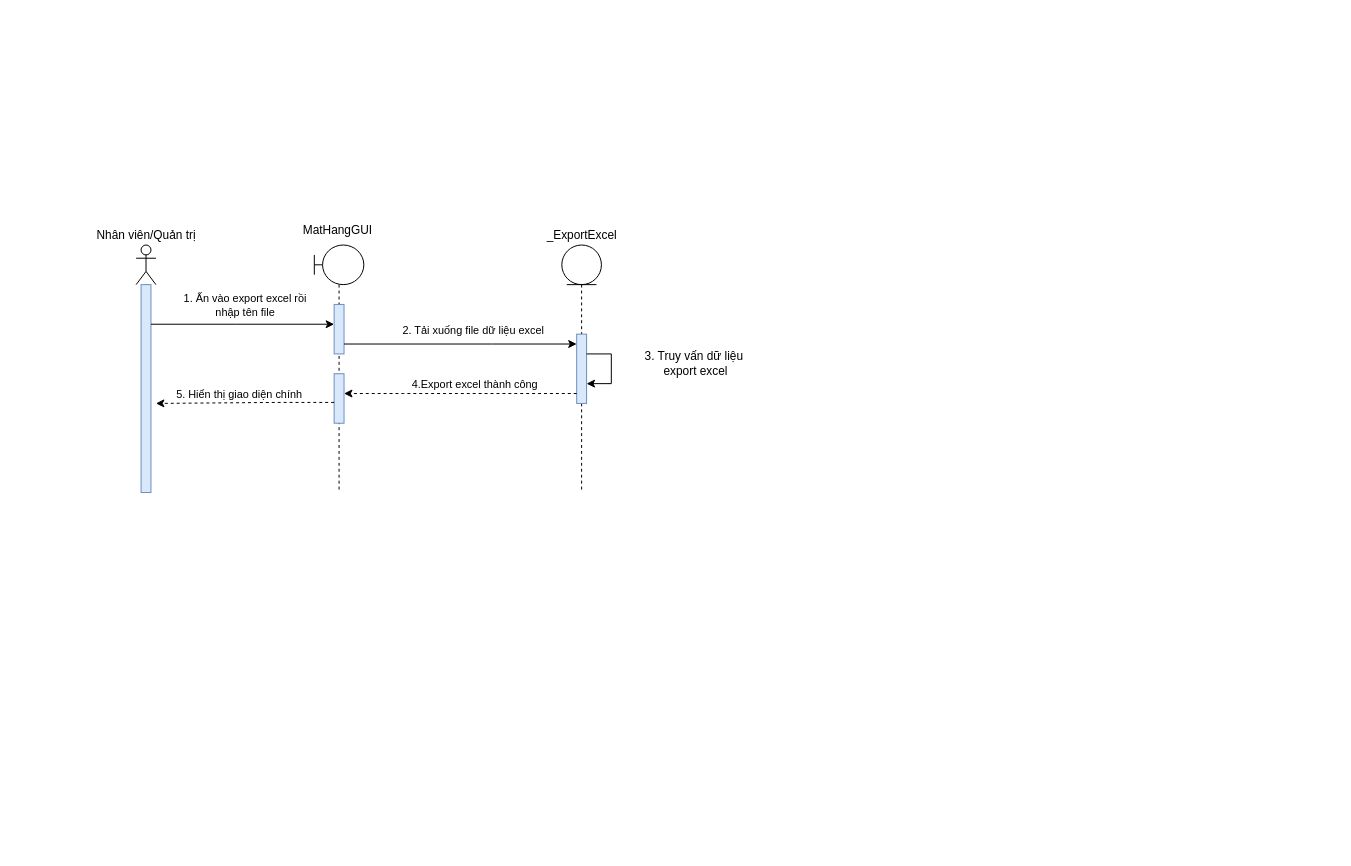
Earlier version of the draw.io diagram Sequence Diagrams/Thái Hùng/SD_XuấtDữLiêuRaExcel.drawio (EdgarIgnite16/OOAD-Project). Source tidied: cells renumbered, new cells numbered last; positions are measured from the earlier drawing's top-left corner, leaving out a move shared by most shapes. Both pictures are drawn from the tidied source at 99%, with x=0, y=0 at pixel (17, 17).
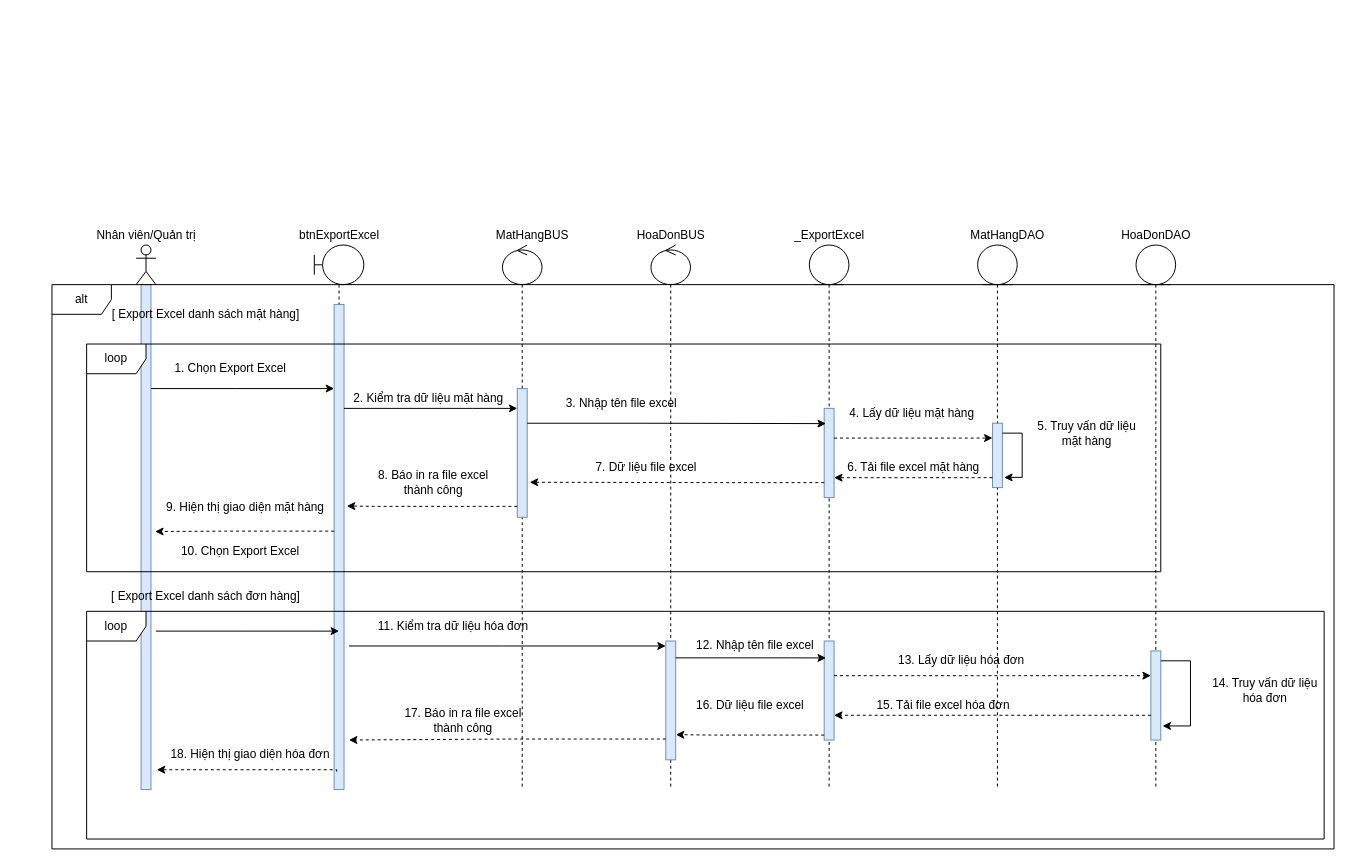
After the change.

What changed in the source:
```diff
@@
     <mxCell id="2" style="shape=umlLifeline;participant=umlActor;perimeter=lifelinePerimeter;whiteSpace=wrap;html=1;verticalAlign=top;spacingTop=36;" parent="1" vertex="1">
-      <mxGeometry x="120" y="230" width="20" height="250" as="geometry" />
+      <mxGeometry x="120" y="230" width="20" height="550" as="geometry" />
     </mxCell>
     <mxCell id="3" style="html=1;points=[];perimeter=orthogonalPerimeter;fillColor=#dae8fc;strokeColor=#6c8ebf;" parent="2" vertex="1">
-      <mxGeometry x="5" y="40" width="10" height="210" as="geometry" />
+      <mxGeometry x="5" y="40" width="10" height="510" as="geometry" />
     </mxCell>
@@
     <mxCell id="5" style="shape=umlLifeline;participant=umlBoundary;perimeter=lifelinePerimeter;whiteSpace=wrap;html=1;verticalAlign=top;spacingTop=36;size=40;" parent="1" vertex="1">
-      <mxGeometry x="300" y="230" width="50" height="250" as="geometry" />
+      <mxGeometry x="300" y="230" width="50" height="550" as="geometry" />
     </mxCell>
     <mxCell id="6" style="html=1;points=[];perimeter=orthogonalPerimeter;fillColor=#dae8fc;strokeColor=#6c8ebf;" parent="5" vertex="1">
-      <mxGeometry x="20" y="60" width="10" height="50" as="geometry" />
+      <mxGeometry x="20" y="60" width="10" height="490" as="geometry" />
     </mxCell>
-    <mxCell id="7" style="html=1;points=[];perimeter=orthogonalPerimeter;fillColor=#dae8fc;strokeColor=#6c8ebf;" parent="5" vertex="1">
-      <mxGeometry x="20" y="130" width="10" height="50" as="geometry" />
-    </mxCell>
-    <mxCell id="8" value="MatHangGUI&amp;nbsp;&lt;br&gt;" style="text;html=1;align=center;verticalAlign=middle;strokeColor=none;fillColor=none;" parent="1" vertex="1">
-      <mxGeometry x="275" y="200" width="100" height="30" as="geometry" />
+    <mxCell id="8" value="btnExportExcel" style="text;html=1;align=center;verticalAlign=middle;strokeColor=none;fillColor=none;" parent="1" vertex="1">
+      <mxGeometry x="275" y="205" width="100" height="30" as="geometry" />
     </mxCell>
     <mxCell id="9" style="shape=umlLifeline;participant=umlEntity;perimeter=lifelinePerimeter;whiteSpace=wrap;html=1;verticalAlign=top;spacingTop=36;" parent="1" vertex="1">
-      <mxGeometry x="550" y="230" width="40" height="250" as="geometry" />
+      <mxGeometry x="800" y="230" width="40" height="550" as="geometry" />
     </mxCell>
-    <mxCell id="10" style="html=1;points=[];perimeter=orthogonalPerimeter;fillColor=#dae8fc;strokeColor=#6c8ebf;" parent="9" vertex="1">
-      <mxGeometry x="15" y="90" width="10" height="70" as="geometry" />
-    </mxCell>
-    <mxCell id="11" style="edgeStyle=orthogonalEdgeStyle;rounded=0;orthogonalLoop=1;jettySize=auto;html=1;" parent="9" edge="1" source="10" target="10">
-      <mxGeometry relative="1" as="geometry">
-        <Array as="points">
-          <mxPoint x="50" y="110" />
-          <mxPoint x="50" y="140" />
-        </Array>
-      </mxGeometry>
-    </mxCell>
+    <mxCell id="23" style="html=1;points=[];perimeter=orthogonalPerimeter;fillColor=#dae8fc;strokeColor=#6c8ebf;" parent="9" vertex="1">
+      <mxGeometry x="15" y="165" width="10" height="90" as="geometry" />
+    </mxCell>
+    <mxCell id="24" style="html=1;points=[];perimeter=orthogonalPerimeter;fillColor=#dae8fc;strokeColor=#6c8ebf;" parent="9" vertex="1">
+      <mxGeometry x="15" y="400" width="10" height="100" as="geometry" />
+    </mxCell>
     <mxCell id="12" value="_ExportExcel" style="text;html=1;align=center;verticalAlign=middle;strokeColor=none;fillColor=none;" parent="1" vertex="1">
-      <mxGeometry x="525" y="210" width="90" height="20" as="geometry" />
+      <mxGeometry x="775" y="210" width="90" height="20" as="geometry" />
     </mxCell>
-    <mxCell id="13" style="edgeStyle=orthogonalEdgeStyle;rounded=0;jettySize=auto;html=1;" parent="1" edge="1" source="3" target="6">
+    <mxCell id="13" style="edgeStyle=orthogonalEdgeStyle;rounded=0;orthogonalLoop=1;jettySize=auto;html=1;" parent="1" edge="1">
       <mxGeometry relative="1" as="geometry">
+        <mxPoint x="135" y="375" as="sourcePoint" />
+        <mxPoint x="320" y="375" as="targetPoint" />
         <Array as="points">
-          <mxPoint x="220" y="310" />
-          <mxPoint x="220" y="310" />
+          <mxPoint x="220" y="375" />
+          <mxPoint x="220" y="375" />
         </Array>
       </mxGeometry>
     </mxCell>
-    <mxCell id="14" value="1. Ấn vào export excel rồi&lt;br&gt;nhập tên file" style="edgeLabel;html=1;align=center;verticalAlign=middle;" parent="13" vertex="1">
-      <mxGeometry x="-0.64" y="1" relative="1" as="geometry">
-        <mxPoint x="61" y="-19" as="offset" />
-      </mxGeometry>
-    </mxCell>
-    <mxCell id="15" style="edgeStyle=orthogonalEdgeStyle;rounded=0;jettySize=auto;html=1;" parent="1" edge="1" source="6" target="10">
-      <mxGeometry relative="1" as="geometry">
-        <Array as="points">
-          <mxPoint x="480" y="330" />
-          <mxPoint x="480" y="330" />
-        </Array>
-      </mxGeometry>
-    </mxCell>
-    <mxCell id="16" value="2. Tải xuống file dữ liệu excel&amp;nbsp;" style="edgeLabel;html=1;align=center;verticalAlign=middle;" parent="15" vertex="1">
-      <mxGeometry x="-0.17" y="4" relative="1" as="geometry">
-        <mxPoint x="33" y="-11" as="offset" />
-      </mxGeometry>
-    </mxCell>
-    <mxCell id="17" value="3. Truy vấn dữ liệu&amp;nbsp;&lt;br&gt;export excel" style="text;html=1;align=center;verticalAlign=middle;strokeColor=none;fillColor=none;" parent="1" vertex="1">
-      <mxGeometry x="620" y="330" width="130" height="40" as="geometry" />
-    </mxCell>
-    <mxCell id="18" style="edgeStyle=orthogonalEdgeStyle;rounded=0;jettySize=auto;html=1;dashed=1;" parent="1" edge="1" source="10" target="7">
-      <mxGeometry relative="1" as="geometry">
-        <Array as="points">
-          <mxPoint x="390" y="380" />
-          <mxPoint x="390" y="380" />
-        </Array>
-      </mxGeometry>
-    </mxCell>
-    <mxCell id="19" value="4.Export excel thành công" style="edgeLabel;html=1;align=center;verticalAlign=middle;" parent="18" vertex="1">
-      <mxGeometry x="0.11" relative="1" as="geometry">
-        <mxPoint x="26" y="-10" as="offset" />
-      </mxGeometry>
-    </mxCell>
-    <mxCell id="20" style="edgeStyle=orthogonalEdgeStyle;rounded=0;jettySize=auto;html=1;dashed=1;" parent="1" edge="1" source="7">
-      <mxGeometry relative="1" as="geometry">
-        <mxPoint x="140" y="390" as="targetPoint" />
-        <Array as="points">
-          <mxPoint x="260" y="389" />
-          <mxPoint x="260" y="389" />
-        </Array>
-      </mxGeometry>
-    </mxCell>
-    <mxCell id="21" value="5. Hiển thị giao diện chính" style="edgeLabel;html=1;align=center;verticalAlign=middle;" parent="20" vertex="1">
-      <mxGeometry x="0.19" y="2" relative="1" as="geometry">
-        <mxPoint x="10" y="-11" as="offset" />
-      </mxGeometry>
-    </mxCell>
@@
+    <mxCell id="25" style="shape=umlLifeline;participant=umlEntity;perimeter=lifelinePerimeter;whiteSpace=wrap;html=1;verticalAlign=top;spacingTop=36;" parent="1" vertex="1">
+      <mxGeometry x="970" y="230" width="40" height="550" as="geometry" />
+    </mxCell>
+    <mxCell id="26" style="html=1;points=[];perimeter=orthogonalPerimeter;fillColor=#dae8fc;strokeColor=#6c8ebf;" parent="25" vertex="1">
+      <mxGeometry x="15" y="180" width="10" height="65" as="geometry" />
+    </mxCell>
+    <mxCell id="27" style="edgeStyle=orthogonalEdgeStyle;rounded=0;orthogonalLoop=1;jettySize=auto;html=1;entryX=1.18;entryY=0.842;entryDx=0;entryDy=0;entryPerimeter=0;" parent="25" edge="1" source="26" target="26">
+      <mxGeometry relative="1" as="geometry">
+        <Array as="points">
+          <mxPoint x="45" y="190" />
+          <mxPoint x="45" y="235" />
+          <mxPoint x="27" y="235" />
+        </Array>
+      </mxGeometry>
+    </mxCell>
+    <mxCell id="28" value="HoaDonDAO" style="text;html=1;align=center;verticalAlign=middle;strokeColor=none;fillColor=none;" parent="1" vertex="1">
+      <mxGeometry x="1105" y="205" width="90" height="30" as="geometry" />
+    </mxCell>
+    <mxCell id="29" style="shape=umlLifeline;participant=umlEntity;perimeter=lifelinePerimeter;whiteSpace=wrap;html=1;verticalAlign=top;spacingTop=36;" parent="1" vertex="1">
+      <mxGeometry x="1130" y="230" width="40" height="550" as="geometry" />
+    </mxCell>
+    <mxCell id="30" style="html=1;points=[];perimeter=orthogonalPerimeter;fillColor=#dae8fc;strokeColor=#6c8ebf;" parent="29" vertex="1">
+      <mxGeometry x="15" y="410" width="10" height="90" as="geometry" />
+    </mxCell>
+    <mxCell id="31" style="edgeStyle=orthogonalEdgeStyle;rounded=0;orthogonalLoop=1;jettySize=auto;html=1;entryX=1.18;entryY=0.842;entryDx=0;entryDy=0;entryPerimeter=0;" parent="29" edge="1" source="30" target="30">
+      <mxGeometry relative="1" as="geometry">
+        <Array as="points">
+          <mxPoint x="55" y="420" />
+          <mxPoint x="55" y="486" />
+        </Array>
+      </mxGeometry>
+    </mxCell>
+    <mxCell id="32" value="MatHangDAO" style="text;html=1;align=center;verticalAlign=middle;strokeColor=none;fillColor=none;" parent="1" vertex="1">
+      <mxGeometry x="950" y="205" width="100" height="30" as="geometry" />
+    </mxCell>
+    <mxCell id="33" style="shape=umlLifeline;participant=umlControl;perimeter=lifelinePerimeter;whiteSpace=wrap;html=1;verticalAlign=top;spacingTop=36;" parent="1" vertex="1">
+      <mxGeometry x="490" y="230" width="40" height="550" as="geometry" />
+    </mxCell>
+    <mxCell id="34" style="html=1;points=[];perimeter=orthogonalPerimeter;fillColor=#dae8fc;strokeColor=#6c8ebf;" parent="33" vertex="1">
+      <mxGeometry x="15" y="145" width="10" height="130" as="geometry" />
+    </mxCell>
+    <mxCell id="35" style="shape=umlLifeline;participant=umlControl;perimeter=lifelinePerimeter;whiteSpace=wrap;html=1;verticalAlign=top;spacingTop=36;" parent="1" vertex="1">
+      <mxGeometry x="640" y="230" width="40" height="550" as="geometry" />
+    </mxCell>
+    <mxCell id="36" value="3. Nhập tên file excel" style="text;html=1;align=center;verticalAlign=middle;strokeColor=none;fillColor=none;" parent="35" vertex="1">
+      <mxGeometry x="-100" y="145" width="140" height="30" as="geometry" />
+    </mxCell>
+    <mxCell id="37" style="html=1;points=[];perimeter=orthogonalPerimeter;fillColor=#dae8fc;strokeColor=#6c8ebf;" parent="35" vertex="1">
+      <mxGeometry x="15" y="400" width="10" height="120" as="geometry" />
+    </mxCell>
+    <mxCell id="38" value="MatHangBUS" style="text;html=1;align=center;verticalAlign=middle;strokeColor=none;fillColor=none;" parent="1" vertex="1">
+      <mxGeometry x="470" y="205" width="100" height="30" as="geometry" />
+    </mxCell>
+    <mxCell id="39" value="HoaDonBUS" style="text;html=1;align=center;verticalAlign=middle;strokeColor=none;fillColor=none;" parent="1" vertex="1">
+      <mxGeometry x="615" y="205" width="90" height="30" as="geometry" />
+    </mxCell>
+    <mxCell id="40" value="1. Chọn Export Excel" style="text;html=1;align=center;verticalAlign=middle;strokeColor=none;fillColor=none;" parent="1" vertex="1">
+      <mxGeometry x="145" y="340" width="140" height="30" as="geometry" />
+    </mxCell>
+    <mxCell id="41" style="edgeStyle=orthogonalEdgeStyle;rounded=0;jettySize=auto;html=1;" parent="1" edge="1" target="34">
+      <mxGeometry relative="1" as="geometry">
+        <mxPoint x="330" y="395" as="sourcePoint" />
+        <Array as="points">
+          <mxPoint x="460" y="395" />
+          <mxPoint x="460" y="395" />
+        </Array>
+      </mxGeometry>
+    </mxCell>
+    <mxCell id="42" value="2. Kiểm tra dữ liệu mặt hàng" style="text;html=1;align=center;verticalAlign=middle;strokeColor=none;fillColor=none;" parent="1" vertex="1">
+      <mxGeometry x="330" y="370" width="170" height="30" as="geometry" />
+    </mxCell>
+    <mxCell id="43" style="edgeStyle=orthogonalEdgeStyle;rounded=0;jettySize=auto;html=1;entryX=0.18;entryY=0.171;entryDx=0;entryDy=0;entryPerimeter=0;" parent="1" edge="1" source="34" target="23">
+      <mxGeometry relative="1" as="geometry">
+        <Array as="points">
+          <mxPoint x="630" y="410" />
+          <mxPoint x="630" y="410" />
+        </Array>
+      </mxGeometry>
+    </mxCell>
+    <mxCell id="44" value="4. Lấy dữ liệu mặt hàng&amp;nbsp;" style="text;html=1;align=center;verticalAlign=middle;strokeColor=none;fillColor=none;" parent="1" vertex="1">
+      <mxGeometry x="830" y="385" width="150" height="30" as="geometry" />
+    </mxCell>
+    <mxCell id="45" value="5. Truy vấn dữ liệu &lt;br&gt;mặt hàng" style="text;html=1;align=center;verticalAlign=middle;strokeColor=none;fillColor=none;" parent="1" vertex="1">
+      <mxGeometry x="1020" y="400" width="120" height="40" as="geometry" />
+    </mxCell>
+    <mxCell id="46" style="edgeStyle=orthogonalEdgeStyle;rounded=0;jettySize=auto;html=1;dashed=1;" parent="1" edge="1" source="26" target="23">
+      <mxGeometry relative="1" as="geometry">
+        <Array as="points">
+          <mxPoint x="920" y="465" />
+          <mxPoint x="920" y="465" />
+        </Array>
+      </mxGeometry>
+    </mxCell>
+    <mxCell id="47" style="edgeStyle=orthogonalEdgeStyle;rounded=0;jettySize=auto;html=1;dashed=1;entryX=1.26;entryY=0.728;entryDx=0;entryDy=0;entryPerimeter=0;" parent="1" edge="1" source="23" target="34">
+      <mxGeometry relative="1" as="geometry">
+        <Array as="points">
+          <mxPoint x="720" y="470" />
+          <mxPoint x="720" y="470" />
+        </Array>
+      </mxGeometry>
+    </mxCell>
+    <mxCell id="48" value="8. Báo in ra file excel &lt;br&gt;thành công" style="text;html=1;align=center;verticalAlign=middle;strokeColor=none;fillColor=none;" parent="1" vertex="1">
+      <mxGeometry x="355" y="450" width="130" height="40" as="geometry" />
+    </mxCell>
+    <mxCell id="49" style="edgeStyle=orthogonalEdgeStyle;rounded=0;jettySize=auto;html=1;dashed=1;" parent="1" edge="1" source="23" target="26">
+      <mxGeometry relative="1" as="geometry">
+        <Array as="points">
+          <mxPoint x="940" y="425" />
+          <mxPoint x="940" y="425" />
+        </Array>
+      </mxGeometry>
+    </mxCell>
+    <mxCell id="50" value="6. Tải file excel mặt hàng" style="text;html=1;align=center;verticalAlign=middle;strokeColor=none;fillColor=none;" parent="1" vertex="1">
+      <mxGeometry x="825" y="440" width="160" height="30" as="geometry" />
+    </mxCell>
+    <mxCell id="51" style="edgeStyle=orthogonalEdgeStyle;rounded=0;jettySize=auto;html=1;dashed=1;entryX=1.28;entryY=0.385;entryDx=0;entryDy=0;entryPerimeter=0;" parent="1" edge="1" source="34">
+      <mxGeometry relative="1" as="geometry">
+        <mxPoint x="332.8" y="493.6" as="targetPoint" />
+        <Array as="points">
+          <mxPoint x="360" y="494" />
+          <mxPoint x="360" y="494" />
+        </Array>
+      </mxGeometry>
+    </mxCell>
+    <mxCell id="52" value="7. Dữ liệu file excel" style="text;html=1;align=center;verticalAlign=middle;strokeColor=none;fillColor=none;" parent="1" vertex="1">
+      <mxGeometry x="570" y="440" width="130" height="30" as="geometry" />
+    </mxCell>
+    <mxCell id="53" style="edgeStyle=orthogonalEdgeStyle;rounded=0;orthogonalLoop=1;jettySize=auto;html=1;entryX=1.42;entryY=0.419;entryDx=0;entryDy=0;entryPerimeter=0;dashed=1;" parent="1" edge="1">
+      <mxGeometry relative="1" as="geometry">
+        <mxPoint x="320" y="519" as="sourcePoint" />
+        <mxPoint x="139.2" y="519.4" as="targetPoint" />
+        <Array as="points">
+          <mxPoint x="210" y="519" />
+          <mxPoint x="210" y="519" />
+        </Array>
+      </mxGeometry>
+    </mxCell>
+    <mxCell id="54" value="9. Hiện thị giao diện mặt hàng" style="text;html=1;align=center;verticalAlign=middle;strokeColor=none;fillColor=none;" parent="1" vertex="1">
+      <mxGeometry x="140" y="480" width="180" height="30" as="geometry" />
+    </mxCell>
+    <mxCell id="55" value="12. Nhập tên file excel" style="text;html=1;align=center;verticalAlign=middle;strokeColor=none;fillColor=none;" parent="1" vertex="1">
+      <mxGeometry x="675" y="620" width="140" height="30" as="geometry" />
+    </mxCell>
+    <mxCell id="56" style="edgeStyle=orthogonalEdgeStyle;rounded=0;jettySize=auto;html=1;" parent="1" edge="1" target="37">
+      <mxGeometry relative="1" as="geometry">
+        <mxPoint x="335" y="635" as="sourcePoint" />
+        <Array as="points">
+          <mxPoint x="490" y="635" />
+          <mxPoint x="490" y="635" />
+        </Array>
+      </mxGeometry>
+    </mxCell>
+    <mxCell id="57" value="11. Kiểm tra dữ liệu hóa đơn" style="text;html=1;align=center;verticalAlign=middle;strokeColor=none;fillColor=none;" parent="1" vertex="1">
+      <mxGeometry x="350" y="600" width="180" height="30" as="geometry" />
+    </mxCell>
+    <mxCell id="58" style="edgeStyle=orthogonalEdgeStyle;rounded=0;jettySize=auto;html=1;entryX=0.18;entryY=0.171;entryDx=0;entryDy=0;entryPerimeter=0;" parent="1" edge="1" source="37" target="24">
+      <mxGeometry relative="1" as="geometry">
+        <Array as="points">
+          <mxPoint x="780" y="647" />
+          <mxPoint x="780" y="647" />
+        </Array>
+      </mxGeometry>
+    </mxCell>
+    <mxCell id="59" value="13. Lấy dữ liệu hóa đơn&amp;nbsp;" style="text;html=1;align=center;verticalAlign=middle;strokeColor=none;fillColor=none;" parent="1" vertex="1">
+      <mxGeometry x="880" y="635" width="150" height="30" as="geometry" />
+    </mxCell>
+    <mxCell id="60" style="edgeStyle=orthogonalEdgeStyle;rounded=0;jettySize=auto;html=1;dashed=1;" parent="1" edge="1" source="30" target="24">
+      <mxGeometry relative="1" as="geometry">
+        <Array as="points">
+          <mxPoint x="950" y="705" />
+          <mxPoint x="950" y="705" />
+        </Array>
+      </mxGeometry>
+    </mxCell>
+    <mxCell id="61" style="edgeStyle=orthogonalEdgeStyle;rounded=0;jettySize=auto;html=1;dashed=1;entryX=1.02;entryY=0.788;entryDx=0;entryDy=0;entryPerimeter=0;" parent="1" edge="1" source="24" target="37">
+      <mxGeometry relative="1" as="geometry">
+        <Array as="points">
+          <mxPoint x="700" y="725" />
+          <mxPoint x="700" y="725" />
+        </Array>
+      </mxGeometry>
+    </mxCell>
+    <mxCell id="62" value="17. Báo in ra file excel &lt;br&gt;thành công" style="text;html=1;align=center;verticalAlign=middle;strokeColor=none;fillColor=none;" parent="1" vertex="1">
+      <mxGeometry x="380" y="690" width="140" height="40" as="geometry" />
+    </mxCell>
+    <mxCell id="63" style="edgeStyle=orthogonalEdgeStyle;rounded=0;jettySize=auto;html=1;dashed=1;" parent="1" edge="1" source="24" target="30">
+      <mxGeometry relative="1" as="geometry">
+        <Array as="points">
+          <mxPoint x="970" y="665" />
+          <mxPoint x="970" y="665" />
+        </Array>
+      </mxGeometry>
+    </mxCell>
+    <mxCell id="64" value="15. Tải file excel hóa đơn" style="text;html=1;align=center;verticalAlign=middle;strokeColor=none;fillColor=none;" parent="1" vertex="1">
+      <mxGeometry x="855" y="680" width="160" height="30" as="geometry" />
+    </mxCell>
+    <mxCell id="65" style="edgeStyle=orthogonalEdgeStyle;rounded=0;jettySize=auto;html=1;dashed=1;" parent="1" edge="1" source="37">
+      <mxGeometry relative="1" as="geometry">
+        <mxPoint x="335" y="730" as="targetPoint" />
+        <Array as="points">
+          <mxPoint x="500" y="729" />
+          <mxPoint x="500" y="729" />
+        </Array>
+      </mxGeometry>
+    </mxCell>
+    <mxCell id="66" value="16. Dữ liệu file excel" style="text;html=1;align=center;verticalAlign=middle;strokeColor=none;fillColor=none;" parent="1" vertex="1">
+      <mxGeometry x="675" y="680" width="130" height="30" as="geometry" />
+    </mxCell>
+    <mxCell id="67" style="edgeStyle=orthogonalEdgeStyle;rounded=0;orthogonalLoop=1;jettySize=auto;html=1;entryX=1.18;entryY=0.847;entryDx=0;entryDy=0;entryPerimeter=0;dashed=1;exitX=-0.24;exitY=0.957;exitDx=0;exitDy=0;exitPerimeter=0;" parent="1" edge="1">
+      <mxGeometry relative="1" as="geometry">
+        <mxPoint x="322.6" y="761.9" as="sourcePoint" />
+        <mxPoint x="140.9" y="760" as="targetPoint" />
+        <Array as="points">
+          <mxPoint x="323" y="760" />
+        </Array>
+      </mxGeometry>
+    </mxCell>
+    <mxCell id="68" value="18. Hiện thị giao diện hóa đơn" style="text;html=1;align=center;verticalAlign=middle;strokeColor=none;fillColor=none;" parent="1" vertex="1">
+      <mxGeometry x="145" y="730" width="180" height="30" as="geometry" />
+    </mxCell>
+    <mxCell id="69" value="14. Truy vấn dữ liệu &lt;br&gt;hóa đơn" style="text;html=1;align=center;verticalAlign=middle;strokeColor=none;fillColor=none;" parent="1" vertex="1">
+      <mxGeometry x="1195" y="660" width="130" height="40" as="geometry" />
+    </mxCell>
+    <mxCell id="70" style="edgeStyle=orthogonalEdgeStyle;rounded=0;orthogonalLoop=1;jettySize=auto;html=1;" parent="1" edge="1">
+      <mxGeometry relative="1" as="geometry">
+        <mxPoint x="140" y="620" as="sourcePoint" />
+        <mxPoint x="325" y="620" as="targetPoint" />
+        <Array as="points">
+          <mxPoint x="225" y="620" />
+          <mxPoint x="225" y="620" />
+        </Array>
+      </mxGeometry>
+    </mxCell>
+    <mxCell id="71" value="10. Chọn Export Excel" style="text;html=1;align=center;verticalAlign=middle;strokeColor=none;fillColor=none;" parent="1" vertex="1">
+      <mxGeometry x="155" y="525" width="140" height="30" as="geometry" />
+    </mxCell>
+    <mxCell id="72" value="loop" style="shape=umlFrame;whiteSpace=wrap;html=1;" parent="1" vertex="1">
+      <mxGeometry x="70" y="330" width="1085" height="230" as="geometry" />
+    </mxCell>
+    <mxCell id="73" value="[ Export Excel danh sách mặt hàng]" style="text;html=1;align=center;verticalAlign=middle;strokeColor=none;fillColor=none;" parent="1" vertex="1">
+      <mxGeometry x="85" y="285" width="210" height="30" as="geometry" />
+    </mxCell>
+    <mxCell id="74" value="[ Export Excel danh sách đơn hàng]" style="text;html=1;align=center;verticalAlign=middle;strokeColor=none;fillColor=none;" parent="1" vertex="1">
+      <mxGeometry x="85" y="570" width="210" height="30" as="geometry" />
+    </mxCell>
+    <mxCell id="75" value="loop" style="shape=umlFrame;whiteSpace=wrap;html=1;" parent="1" vertex="1">
+      <mxGeometry x="70" y="600" width="1250" height="230" as="geometry" />
+    </mxCell>
+    <mxCell id="76" value="alt" style="shape=umlFrame;whiteSpace=wrap;html=1;" parent="1" vertex="1">
+      <mxGeometry x="35" y="270" width="1295" height="570" as="geometry" />
+    </mxCell>
```
